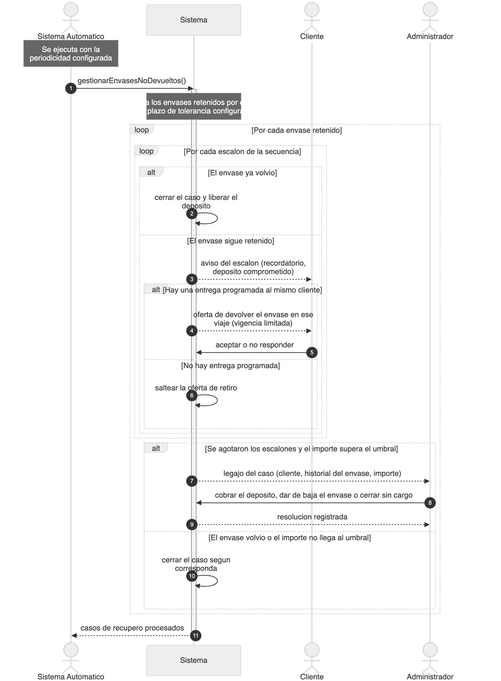
This is diagramas/png/DSS_CU-108_Recuperar-Envases-No-Devueltos.png from Nahuelito-Dev/splg-docs, a Mermaid export, as it was before one commit. Its source is kept beside it as diagramas/DSS_CU-108_Recuperar-Envases-No-Devueltos.mmd.
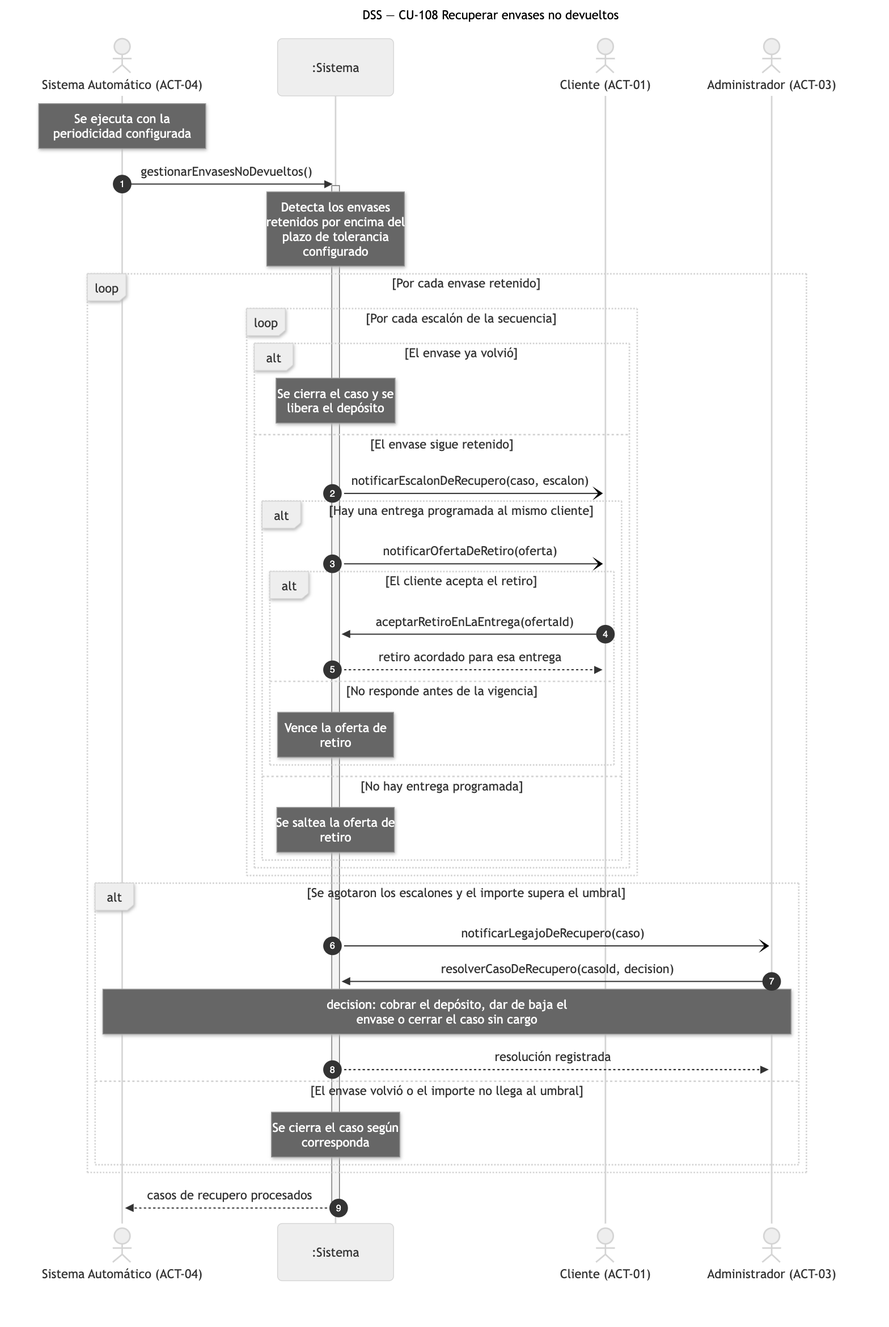
After the commit.

The edit, as a diff of the source:
```diff
@@ -1,42 +1,43 @@
 sequenceDiagram
-    title DSS — CU-108 Recuperar Envases No Devueltos
+    title DSS — CU-108 Recuperar envases no devueltos
     autonumber
-    actor SAU as Sistema Automatico
-    participant SIS as Sistema
-    actor CLI as Cliente
-    actor ADM as Administrador
+    actor SAU as Sistema Automático (ACT-04)
+    participant SIS as :Sistema
+    actor CLI as Cliente (ACT-01)
+    actor ADM as Administrador (ACT-03)
 
-    Note over SAU: Se ejecuta con la periodicidad configurada
+    Note over SAU: Se ejecuta con la<br/>periodicidad configurada
     SAU->>SIS: gestionarEnvasesNoDevueltos()
     activate SIS
-    Note over SIS: Detecta los envases retenidos por encima<br/>del plazo de tolerancia configurado
+    Note over SIS: Detecta los envases<br/>retenidos por encima del<br/>plazo de tolerancia<br/>configurado
 
     loop Por cada envase retenido
-        loop Por cada escalon de la secuencia
-            alt El envase ya volvio
-                SIS->>SIS: cerrar el caso y liberar el deposito
+        loop Por cada escalón de la secuencia
+            alt El envase ya volvió
+                Note over SIS: Se cierra el caso y se<br/>libera el depósito
             else El envase sigue retenido
-                SIS-->>CLI: aviso del escalon (recordatorio, deposito comprometido)
+                SIS-)CLI: notificarEscalonDeRecupero(caso, escalon)
                 alt Hay una entrega programada al mismo cliente
-                    SIS-->>CLI: oferta de devolver el envase en ese viaje (vigencia limitada)
+                    SIS-)CLI: notificarOfertaDeRetiro(oferta)
                     alt El cliente acepta el retiro
                         CLI->>SIS: aceptarRetiroEnLaEntrega(ofertaId)
+                        SIS-->>CLI: retiro acordado para esa entrega
                     else No responde antes de la vigencia
-                        SIS->>SIS: vencer la oferta de retiro
+                        Note over SIS: Vence la oferta de<br/>retiro
                     end
                 else No hay entrega programada
-                    SIS->>SIS: saltear la oferta de retiro
+                    Note over SIS: Se saltea la oferta de<br/>retiro
                 end
             end
         end
 
         alt Se agotaron los escalones y el importe supera el umbral
-            SIS-->>ADM: legajo del caso (cliente, historial del envase, importe)
+            SIS-)ADM: notificarLegajoDeRecupero(caso)
             ADM->>SIS: resolverCasoDeRecupero(casoId, decision)
-            Note over ADM,SIS: decision: cobrar el deposito, dar de baja el envase<br/>o cerrar el caso sin cargo
-            SIS-->>ADM: resolucion registrada
-        else El envase volvio o el importe no llega al umbral
-            SIS->>SIS: cerrar el caso segun corresponda
+            Note over SAU,ADM: decision: cobrar el depósito, dar de baja el<br/>envase o cerrar el caso sin cargo
+            SIS-->>ADM: resolución registrada
+        else El envase volvió o el importe no llega al umbral
+            Note over SIS: Se cierra el caso según<br/>corresponda
         end
     end
     SIS-->>SAU: casos de recupero procesados
```
